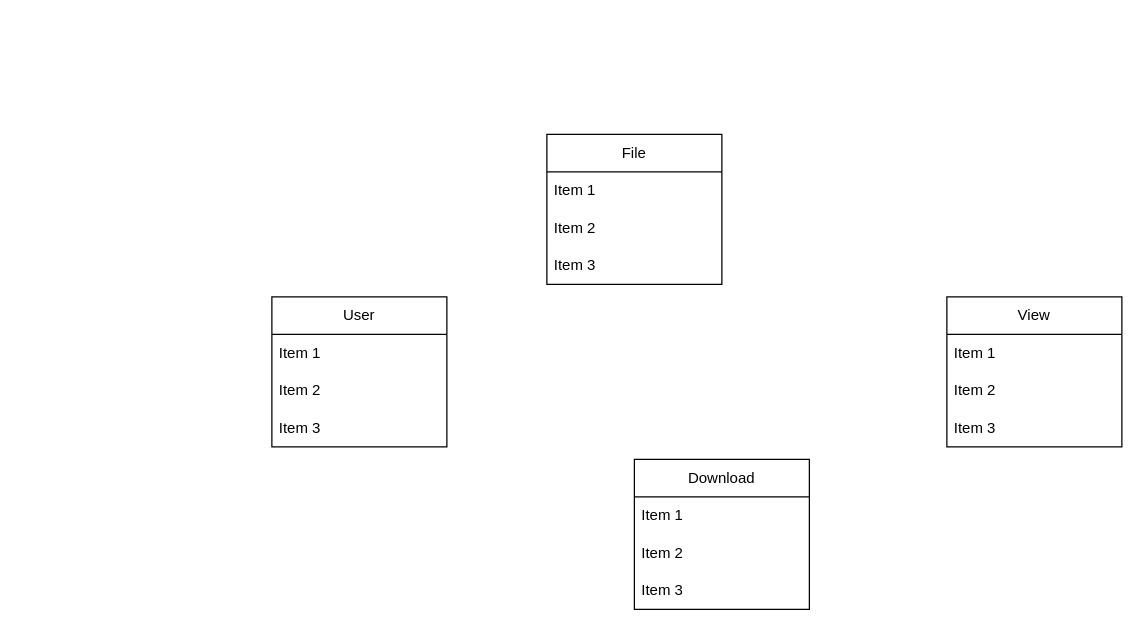
Before: Untitled Diagram.drawio in Archon02/Helooword, a draw.io diagram. Source tidied: cells renumbered, new cells numbered last; positions are measured from the earlier drawing's top-left corner, leaving out a move shared by most shapes. Both pictures are drawn from the tidied source at 125%, with x=0, y=0 at pixel (271, 134).
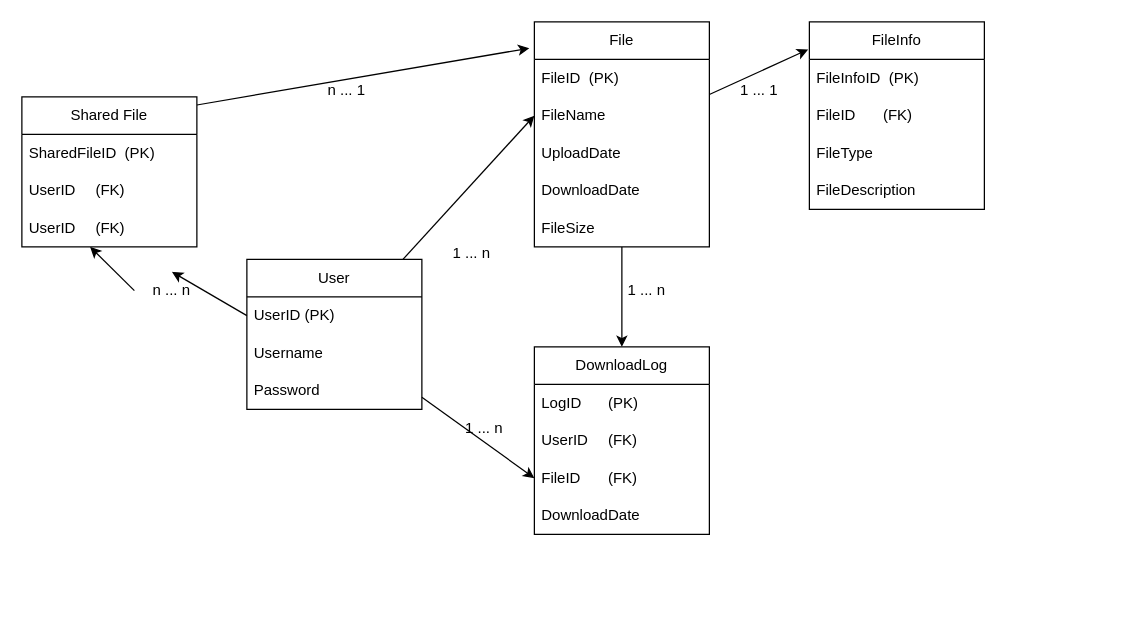
The same page after the edit.

What changed in the source:
```diff
@@
+    <mxCell id="18" style="rounded=0;jettySize=auto;html=1;entryX=0;entryY=0.5;entryDx=0;entryDy=0;" parent="1" edge="1" source="2" target="9">
+      <mxGeometry relative="1" as="geometry" />
+    </mxCell>
+    <mxCell id="19" style="rounded=0;jettySize=auto;html=1;entryX=0;entryY=0.5;entryDx=0;entryDy=0;" parent="1" edge="1" source="2" target="12">
+      <mxGeometry relative="1" as="geometry" />
+    </mxCell>
+    <mxCell id="20" style="rounded=0;jettySize=auto;html=1;entryX=0.5;entryY=0;entryDx=0;entryDy=0;exitX=0;exitY=0.5;exitDx=0;exitDy=0;" parent="1" edge="1" source="31">
+      <mxGeometry relative="1" as="geometry">
+        <mxPoint x="-145.4" y="90" as="targetPoint" />
+      </mxGeometry>
+    </mxCell>
     <mxCell id="2" value="User" style="swimlane;fontStyle=0;horizontal=1;startSize=30;whiteSpace=wrap;html=1;" parent="1" vertex="1">
-      <mxGeometry y="130" width="140" height="120" as="geometry" />
+      <mxGeometry x="-20" y="100" width="140" height="120" as="geometry" />
     </mxCell>
-    <mxCell id="3" value="Item 1" style="text;strokeColor=none;fillColor=none;align=left;verticalAlign=middle;spacingLeft=4;spacingRight=4;overflow=hidden;points=[[0,0.5],[1,0.5]];portConstraint=eastwest;whiteSpace=wrap;html=1;" parent="2" vertex="1">
+    <mxCell id="3" value="UserID (PK)" style="text;strokeColor=none;fillColor=none;align=left;verticalAlign=middle;spacingLeft=4;spacingRight=4;overflow=hidden;points=[[0,0.5],[1,0.5]];portConstraint=eastwest;whiteSpace=wrap;html=1;" parent="2" vertex="1">
       <mxGeometry y="30" width="140" height="30" as="geometry" />
     </mxCell>
-    <mxCell id="4" value="Item 2" style="text;strokeColor=none;fillColor=none;align=left;verticalAlign=middle;spacingLeft=4;spacingRight=4;overflow=hidden;whiteSpace=wrap;html=1;" parent="2" vertex="1">
+    <mxCell id="4" value="Username" style="text;strokeColor=none;fillColor=none;align=left;verticalAlign=middle;spacingLeft=4;spacingRight=4;overflow=hidden;whiteSpace=wrap;html=1;" parent="2" vertex="1">
       <mxGeometry y="60" width="140" height="30" as="geometry" />
     </mxCell>
-    <mxCell id="5" value="Item 3" style="text;strokeColor=none;fillColor=none;align=left;verticalAlign=middle;spacingLeft=4;spacingRight=4;overflow=hidden;whiteSpace=wrap;html=1;" parent="2" vertex="1">
+    <mxCell id="5" value="Password" style="text;strokeColor=none;fillColor=none;align=left;verticalAlign=middle;spacingLeft=4;spacingRight=4;overflow=hidden;whiteSpace=wrap;html=1;" parent="2" vertex="1">
       <mxGeometry y="90" width="140" height="30" as="geometry" />
     </mxCell>
-    <mxCell id="6" value="Download" style="swimlane;fontStyle=0;horizontal=1;startSize=30;whiteSpace=wrap;html=1;" parent="1" vertex="1">
-      <mxGeometry x="290" y="260" width="140" height="120" as="geometry" />
+    <mxCell id="6" value="DownloadLog" style="swimlane;fontStyle=0;horizontal=1;startSize=30;whiteSpace=wrap;html=1;" parent="1" vertex="1">
+      <mxGeometry x="210" y="170" width="140" height="150" as="geometry" />
     </mxCell>
-    <mxCell id="7" value="Item 1" style="text;strokeColor=none;fillColor=none;align=left;verticalAlign=middle;spacingLeft=4;spacingRight=4;overflow=hidden;whiteSpace=wrap;html=1;" parent="6" vertex="1">
+    <mxCell id="7" value="LogID&lt;span style=&quot;white-space: pre;&quot;&gt;&#9;&lt;/span&gt;(PK)" style="text;strokeColor=none;fillColor=none;align=left;verticalAlign=middle;spacingLeft=4;spacingRight=4;overflow=hidden;whiteSpace=wrap;html=1;" parent="6" vertex="1">
       <mxGeometry y="30" width="140" height="30" as="geometry" />
     </mxCell>
-    <mxCell id="8" value="Item 2" style="text;strokeColor=none;fillColor=none;align=left;verticalAlign=middle;spacingLeft=4;spacingRight=4;overflow=hidden;whiteSpace=wrap;html=1;" parent="6" vertex="1">
+    <mxCell id="8" value="UserID&lt;span style=&quot;white-space: pre;&quot;&gt;&#9;&lt;/span&gt;(FK)" style="text;strokeColor=none;fillColor=none;align=left;verticalAlign=middle;spacingLeft=4;spacingRight=4;overflow=hidden;whiteSpace=wrap;html=1;" parent="6" vertex="1">
       <mxGeometry y="60" width="140" height="30" as="geometry" />
     </mxCell>
-    <mxCell id="9" value="Item 3" style="text;strokeColor=none;fillColor=none;align=left;verticalAlign=middle;spacingLeft=4;spacingRight=4;overflow=hidden;points=[[0,0.5],[1,0.5]];portConstraint=eastwest;whiteSpace=wrap;html=1;" parent="6" vertex="1">
+    <mxCell id="9" value="FileID&lt;span style=&quot;white-space: pre;&quot;&gt;&#9;&lt;/span&gt;(FK)" style="text;strokeColor=none;fillColor=none;align=left;verticalAlign=middle;spacingLeft=4;spacingRight=4;overflow=hidden;points=[[0,0.5],[1,0.5]];portConstraint=eastwest;whiteSpace=wrap;html=1;" parent="6" vertex="1">
       <mxGeometry y="90" width="140" height="30" as="geometry" />
     </mxCell>
+    <mxCell id="21" value="DownloadDate" style="text;strokeColor=none;fillColor=none;align=left;verticalAlign=middle;spacingLeft=4;spacingRight=4;overflow=hidden;whiteSpace=wrap;html=1;" parent="6" vertex="1">
+      <mxGeometry y="120" width="140" height="30" as="geometry" />
+    </mxCell>
+    <mxCell id="22" style="rounded=0;jettySize=auto;html=1;entryX=0.5;entryY=0;entryDx=0;entryDy=0;" parent="1" edge="1" source="10" target="6">
+      <mxGeometry relative="1" as="geometry" />
+    </mxCell>
     <mxCell id="10" value="File" style="swimlane;fontStyle=0;horizontal=1;startSize=30;whiteSpace=wrap;html=1;" parent="1" vertex="1">
-      <mxGeometry x="220" width="140" height="120" as="geometry" />
+      <mxGeometry x="210" y="-90" width="140" height="180" as="geometry" />
     </mxCell>
-    <mxCell id="11" value="Item 1" style="text;strokeColor=none;fillColor=none;align=left;verticalAlign=middle;spacingLeft=4;spacingRight=4;overflow=hidden;whiteSpace=wrap;html=1;" parent="10" vertex="1">
+    <mxCell id="11" value="FileID&amp;nbsp; (PK)" style="text;strokeColor=none;fillColor=none;align=left;verticalAlign=middle;spacingLeft=4;spacingRight=4;overflow=hidden;whiteSpace=wrap;html=1;" parent="10" vertex="1">
       <mxGeometry y="30" width="140" height="30" as="geometry" />
     </mxCell>
-    <mxCell id="12" value="Item 2" style="text;strokeColor=none;fillColor=none;align=left;verticalAlign=middle;spacingLeft=4;spacingRight=4;overflow=hidden;points=[[0,0.5],[1,0.5]];portConstraint=eastwest;whiteSpace=wrap;html=1;" parent="10" vertex="1">
+    <mxCell id="12" value="FileName" style="text;strokeColor=none;fillColor=none;align=left;verticalAlign=middle;spacingLeft=4;spacingRight=4;overflow=hidden;points=[[0,0.5],[1,0.5]];portConstraint=eastwest;whiteSpace=wrap;html=1;" parent="10" vertex="1">
       <mxGeometry y="60" width="140" height="30" as="geometry" />
     </mxCell>
-    <mxCell id="13" value="Item 3" style="text;strokeColor=none;fillColor=none;align=left;verticalAlign=middle;spacingLeft=4;spacingRight=4;overflow=hidden;whiteSpace=wrap;html=1;" parent="10" vertex="1">
+    <mxCell id="13" value="UploadDate" style="text;strokeColor=none;fillColor=none;align=left;verticalAlign=middle;spacingLeft=4;spacingRight=4;overflow=hidden;whiteSpace=wrap;html=1;" parent="10" vertex="1">
       <mxGeometry y="90" width="140" height="30" as="geometry" />
     </mxCell>
+    <mxCell id="23" value="DownloadDate" style="text;strokeColor=none;fillColor=none;align=left;verticalAlign=middle;spacingLeft=4;spacingRight=4;overflow=hidden;whiteSpace=wrap;html=1;" parent="10" vertex="1">
+      <mxGeometry y="120" width="140" height="30" as="geometry" />
+    </mxCell>
+    <mxCell id="24" value="FileSize" style="text;strokeColor=none;fillColor=none;align=left;verticalAlign=middle;spacingLeft=4;spacingRight=4;overflow=hidden;whiteSpace=wrap;html=1;" parent="10" vertex="1">
+      <mxGeometry y="150" width="140" height="30" as="geometry" />
+    </mxCell>
+    <mxCell id="25" style="rounded=0;jettySize=auto;html=1;entryX=-0.029;entryY=0.117;entryDx=0;entryDy=0;entryPerimeter=0;" parent="1" edge="1" target="10">
+      <mxGeometry relative="1" as="geometry">
+        <mxPoint x="-60" y="-23.5" as="sourcePoint" />
+      </mxGeometry>
+    </mxCell>
-    <mxCell id="14" value="View" style="swimlane;fontStyle=0;horizontal=1;startSize=30;whiteSpace=wrap;html=1;" parent="1" vertex="1">
-      <mxGeometry x="540" y="130" width="140" height="120" as="geometry" />
+    <mxCell id="14" value="Shared File" style="swimlane;fontStyle=0;horizontal=1;startSize=30;whiteSpace=wrap;html=1;" parent="1" vertex="1">
+      <mxGeometry x="-200" y="-30" width="140" height="120" as="geometry" />
     </mxCell>
-    <mxCell id="15" value="Item 1" style="text;strokeColor=none;fillColor=none;align=left;verticalAlign=middle;spacingLeft=4;spacingRight=4;overflow=hidden;whiteSpace=wrap;html=1;" parent="14" vertex="1">
+    <mxCell id="15" value="SharedFileID&amp;nbsp; (PK)" style="text;strokeColor=none;fillColor=none;align=left;verticalAlign=middle;spacingLeft=4;spacingRight=4;overflow=hidden;whiteSpace=wrap;html=1;" parent="14" vertex="1">
       <mxGeometry y="30" width="140" height="30" as="geometry" />
     </mxCell>
-    <mxCell id="16" value="Item 2" style="text;strokeColor=none;fillColor=none;align=left;verticalAlign=middle;spacingLeft=4;spacingRight=4;overflow=hidden;whiteSpace=wrap;html=1;" parent="14" vertex="1">
+    <mxCell id="16" value="UserID&lt;span style=&quot;white-space: pre;&quot;&gt;&#9;&lt;/span&gt;(FK)" style="text;strokeColor=none;fillColor=none;align=left;verticalAlign=middle;spacingLeft=4;spacingRight=4;overflow=hidden;whiteSpace=wrap;html=1;" parent="14" vertex="1">
       <mxGeometry y="60" width="140" height="30" as="geometry" />
     </mxCell>
-    <mxCell id="17" value="Item 3" style="text;strokeColor=none;fillColor=none;align=left;verticalAlign=middle;spacingLeft=4;spacingRight=4;overflow=hidden;whiteSpace=wrap;html=1;" parent="14" vertex="1">
+    <mxCell id="17" value="UserID&lt;span style=&quot;white-space: pre;&quot;&gt;&#9;&lt;/span&gt;(FK)" style="text;strokeColor=none;fillColor=none;align=left;verticalAlign=middle;spacingLeft=4;spacingRight=4;overflow=hidden;whiteSpace=wrap;html=1;" parent="14" vertex="1">
       <mxGeometry y="90" width="140" height="30" as="geometry" />
     </mxCell>
+    <mxCell id="26" value="1 ... n" style="text;html=1;strokeColor=none;fillColor=none;align=center;verticalAlign=middle;whiteSpace=wrap;rounded=0;" parent="1" vertex="1">
+      <mxGeometry x="140" y="220" width="60" height="30" as="geometry" />
+    </mxCell>
+    <mxCell id="27" value="1 ... n" style="text;html=1;strokeColor=none;fillColor=none;align=center;verticalAlign=middle;whiteSpace=wrap;rounded=0;" parent="1" vertex="1">
+      <mxGeometry x="270" y="110" width="60" height="30" as="geometry" />
+    </mxCell>
+    <mxCell id="28" value="1 ... n" style="text;html=1;strokeColor=none;fillColor=none;align=center;verticalAlign=middle;whiteSpace=wrap;rounded=0;" parent="1" vertex="1">
+      <mxGeometry x="130" y="80" width="60" height="30" as="geometry" />
+    </mxCell>
+    <mxCell id="29" value="n ... 1" style="text;html=1;strokeColor=none;fillColor=none;align=center;verticalAlign=middle;whiteSpace=wrap;rounded=0;" parent="1" vertex="1">
+      <mxGeometry x="30" y="-50" width="60" height="30" as="geometry" />
+    </mxCell>
+    <mxCell id="30" style="rounded=0;jettySize=auto;html=1;entryX=0.5;entryY=0;entryDx=0;entryDy=0;exitX=0;exitY=0.5;exitDx=0;exitDy=0;" parent="1" edge="1" source="3" target="31">
+      <mxGeometry relative="1" as="geometry" />
+    </mxCell>
+    <mxCell id="31" value="n ... n" style="text;html=1;strokeColor=none;fillColor=none;align=center;verticalAlign=middle;whiteSpace=wrap;rounded=0;" parent="1" vertex="1">
+      <mxGeometry x="-110" y="110" width="60" height="30" as="geometry" />
+    </mxCell>
+    <mxCell id="32" value="FileInfo" style="swimlane;fontStyle=0;horizontal=1;startSize=30;whiteSpace=wrap;html=1;" parent="1" vertex="1">
+      <mxGeometry x="430" y="-90" width="140" height="150" as="geometry" />
+    </mxCell>
+    <mxCell id="33" value="FileInfoID&amp;nbsp; (PK)" style="text;strokeColor=none;fillColor=none;align=left;verticalAlign=middle;spacingLeft=4;spacingRight=4;overflow=hidden;whiteSpace=wrap;html=1;" parent="32" vertex="1">
+      <mxGeometry y="30" width="140" height="30" as="geometry" />
+    </mxCell>
+    <mxCell id="34" value="FileID&lt;span style=&quot;white-space: pre;&quot;&gt;&#9;&lt;/span&gt;(FK)" style="text;strokeColor=none;fillColor=none;align=left;verticalAlign=middle;spacingLeft=4;spacingRight=4;overflow=hidden;whiteSpace=wrap;html=1;" parent="32" vertex="1">
+      <mxGeometry y="60" width="140" height="30" as="geometry" />
+    </mxCell>
+    <mxCell id="35" value="FileType" style="text;strokeColor=none;fillColor=none;align=left;verticalAlign=middle;spacingLeft=4;spacingRight=4;overflow=hidden;whiteSpace=wrap;html=1;" parent="32" vertex="1">
+      <mxGeometry y="90" width="140" height="30" as="geometry" />
+    </mxCell>
+    <mxCell id="36" value="FileDescription" style="text;strokeColor=none;fillColor=none;align=left;verticalAlign=middle;spacingLeft=4;spacingRight=4;overflow=hidden;whiteSpace=wrap;html=1;" parent="32" vertex="1">
+      <mxGeometry y="120" width="140" height="30" as="geometry" />
+    </mxCell>
+    <mxCell id="37" style="rounded=0;jettySize=auto;html=1;entryX=-0.007;entryY=0.147;entryDx=0;entryDy=0;entryPerimeter=0;" parent="1" edge="1" source="10" target="32">
+      <mxGeometry relative="1" as="geometry" />
+    </mxCell>
+    <mxCell id="38" value="1 ... 1" style="text;html=1;strokeColor=none;fillColor=none;align=center;verticalAlign=middle;whiteSpace=wrap;rounded=0;" parent="1" vertex="1">
+      <mxGeometry x="360" y="-50" width="60" height="30" as="geometry" />
+    </mxCell>
```
